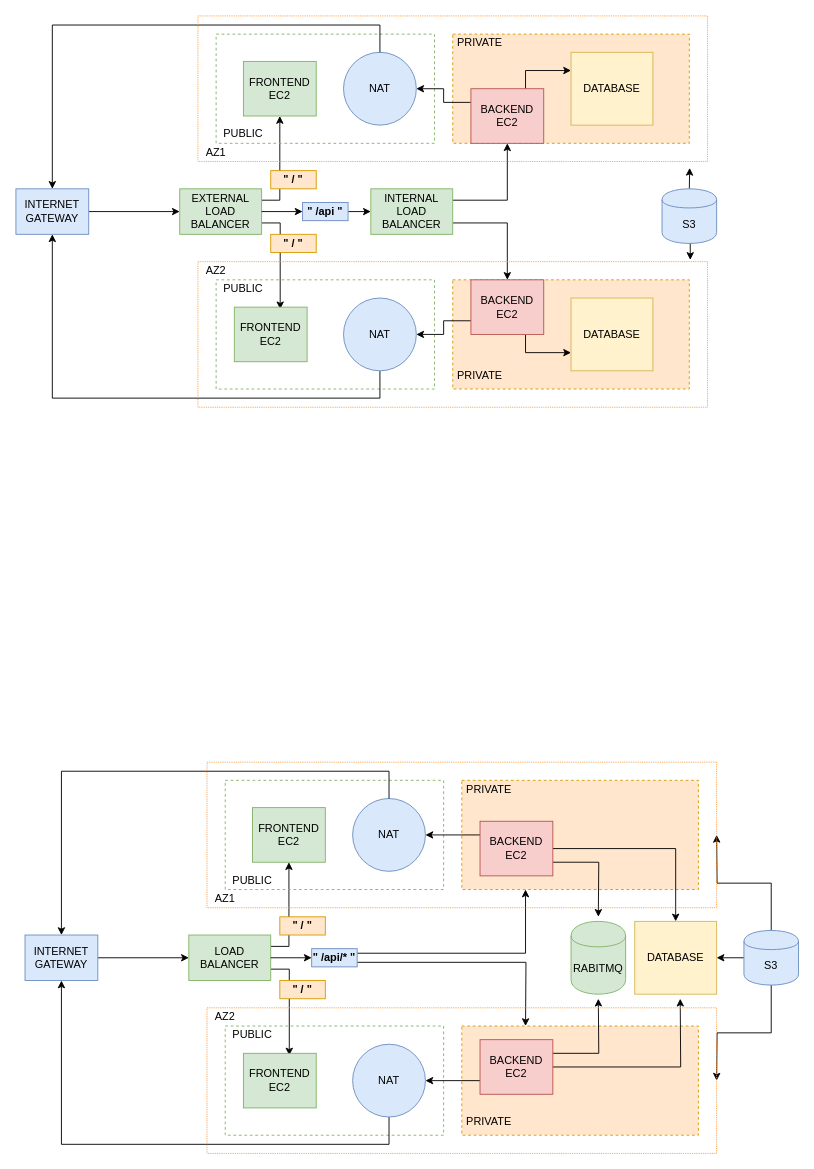
kajol-tiwari/SymtrainArchitecture keeps this draw.io diagram as SymtrainArchitecture2.drawio. Above is the earlier version. Source tidied: cells renumbered, new cells numbered last; positions are measured from the earlier drawing's top-left corner, leaving out a move shared by most shapes. Both pictures are drawn from the tidied source at 91%, with x=0, y=0 at pixel (15, 15).
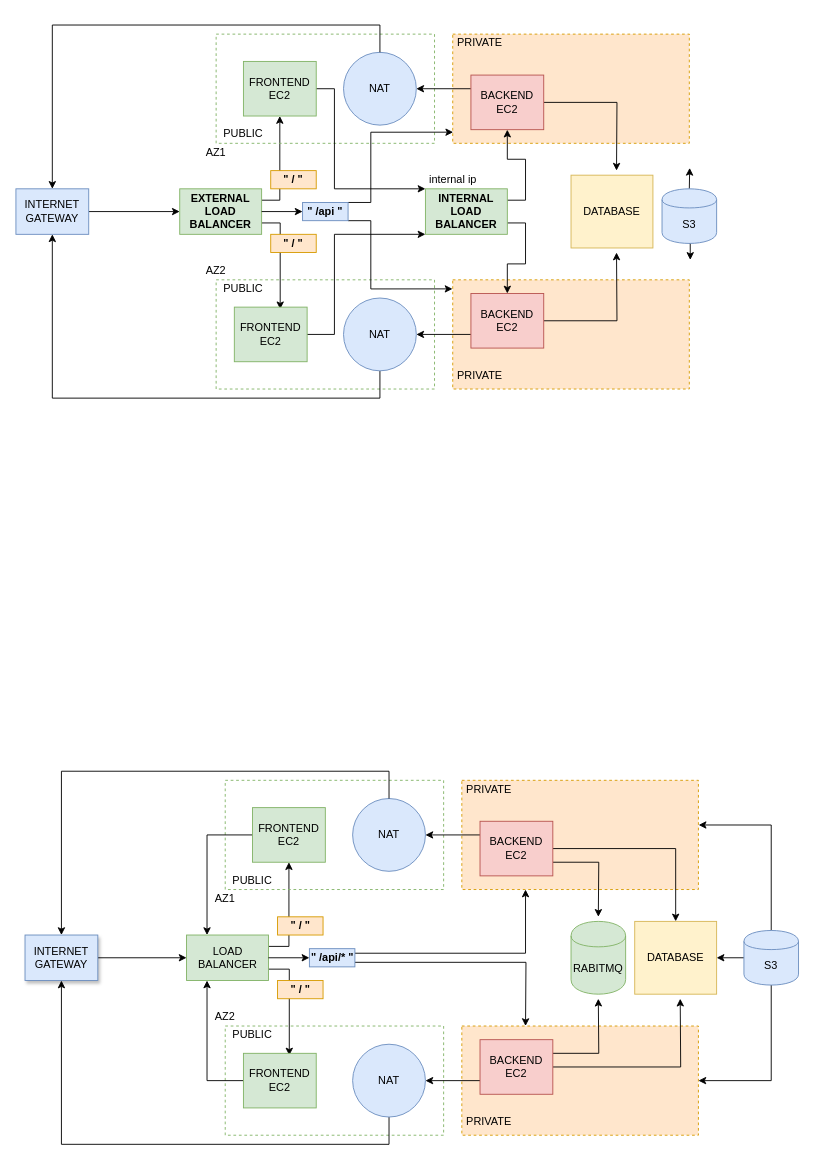
The same diagram, later.

Unchanged cells that the change refers to:
```xml
<mxCell id="10" style="rounded=0;whiteSpace=wrap;html=1;dashed=1;fillColor=#ffe6cc;strokeColor=#d79b00;" parent="1" vertex="1">
  <mxGeometry x="480" y="20" width="260" height="120" as="geometry" />
</mxCell>
<mxCell id="11" value="FRONTEND EC2" style="rounded=0;whiteSpace=wrap;html=1;fillColor=#d5e8d4;strokeColor=#82b366;" parent="1" vertex="1">
  <mxGeometry x="250" y="50" width="80" height="60" as="geometry" />
</mxCell>
<mxCell id="12" value="FRONTEND EC2" style="rounded=0;whiteSpace=wrap;html=1;fillColor=#d5e8d4;strokeColor=#82b366;" parent="1" vertex="1">
  <mxGeometry x="240" y="320" width="80" height="60" as="geometry" />
</mxCell>
<mxCell id="18" style="rounded=0;whiteSpace=wrap;html=1;dashed=1;fillColor=#ffe6cc;strokeColor=#d79b00;" parent="1" vertex="1">
  <mxGeometry x="480" y="290" width="260" height="120" as="geometry" />
</mxCell>
<mxCell id="40" value="&lt;b&gt;&quot; /api &quot;&lt;/b&gt;" style="rounded=0;whiteSpace=wrap;html=1;fillColor=#dae8fc;strokeColor=#6c8ebf;" parent="1" vertex="1">
  <mxGeometry x="315" y="205" width="50" height="20" as="geometry" />
</mxCell>
<mxCell id="51" style="rounded=0;whiteSpace=wrap;html=1;dashed=1;fillColor=#ffe6cc;strokeColor=#d79b00;" parent="1" vertex="1">
  <mxGeometry x="490" y="840" width="260" height="120" as="geometry" />
</mxCell>
<mxCell id="52" value="FRONTEND EC2" style="rounded=0;whiteSpace=wrap;html=1;fillColor=#d5e8d4;strokeColor=#82b366;" parent="1" vertex="1">
  <mxGeometry x="260" y="870" width="80" height="60" as="geometry" />
</mxCell>
<mxCell id="53" value="FRONTEND EC2" style="rounded=0;whiteSpace=wrap;html=1;fillColor=#d5e8d4;strokeColor=#82b366;" parent="1" vertex="1">
  <mxGeometry x="250" y="1140" width="80" height="60" as="geometry" />
</mxCell>
<mxCell id="59" style="rounded=0;whiteSpace=wrap;html=1;dashed=1;fillColor=#ffe6cc;strokeColor=#d79b00;" parent="1" vertex="1">
  <mxGeometry x="490" y="1110" width="260" height="120" as="geometry" />
</mxCell>
<mxCell id="74" value="S3" style="shape=cylinder;whiteSpace=wrap;html=1;boundedLbl=1;backgroundOutline=1;fillColor=#dae8fc;strokeColor=#6c8ebf;" parent="1" vertex="1">
  <mxGeometry x="800" y="1005" width="60" height="60" as="geometry" />
</mxCell>
```

Diff of the diagram source:
```diff
@@
-    <mxCell id="6" style="edgeStyle=orthogonalEdgeStyle;rounded=0;jettySize=auto;html=1;exitX=1;exitY=0.5;exitDx=0;exitDy=0;entryX=0;entryY=0.5;entryDx=0;entryDy=0;" parent="1" edge="1" source="40" target="31">
-      <mxGeometry relative="1" as="geometry" />
-    </mxCell>
-    <mxCell id="7" value="EXTERNAL LOAD BALANCER" style="rounded=0;whiteSpace=wrap;html=1;fillColor=#d5e8d4;strokeColor=#82b366;" parent="1" vertex="1">
+    <mxCell id="7" value="&lt;b&gt;EXTERNAL LOAD BALANCER&lt;/b&gt;" style="rounded=0;whiteSpace=wrap;html=1;fillColor=#d5e8d4;strokeColor=#82b366;" parent="1" vertex="1">
       <mxGeometry x="180" y="190" width="90" height="50" as="geometry" />
     </mxCell>
@@
+    <mxCell id="87" style="edgeStyle=orthogonalEdgeStyle;rounded=0;jettySize=auto;html=1;exitX=1;exitY=0.5;exitDx=0;exitDy=0;entryX=0;entryY=0;entryDx=0;entryDy=0;" parent="1" edge="1" source="11" target="31">
+      <mxGeometry relative="1" as="geometry">
+        <Array as="points">
+          <mxPoint x="350" y="80" />
+          <mxPoint x="350" y="190" />
+        </Array>
+      </mxGeometry>
+    </mxCell>
@@
+    <mxCell id="88" style="edgeStyle=orthogonalEdgeStyle;rounded=0;jettySize=auto;html=1;exitX=1;exitY=0.5;exitDx=0;exitDy=0;entryX=0;entryY=1;entryDx=0;entryDy=0;" parent="1" edge="1" source="12" target="31">
+      <mxGeometry relative="1" as="geometry">
+        <Array as="points">
+          <mxPoint x="350" y="350" />
+          <mxPoint x="350" y="240" />
+        </Array>
+      </mxGeometry>
+    </mxCell>
@@
-    <mxCell id="19" style="edgeStyle=orthogonalEdgeStyle;rounded=0;jettySize=auto;html=1;exitX=0.75;exitY=0;exitDx=0;exitDy=0;entryX=0;entryY=0.25;entryDx=0;entryDy=0;" parent="1" edge="1" source="21" target="27">
-      <mxGeometry relative="1" as="geometry" />
-    </mxCell>
@@
+    <mxCell id="89" style="edgeStyle=orthogonalEdgeStyle;rounded=0;jettySize=auto;html=1;exitX=1;exitY=0.5;exitDx=0;exitDy=0;" parent="1" edge="1" source="21">
+      <mxGeometry relative="1" as="geometry">
+        <mxPoint x="660" y="170" as="targetPoint" />
+      </mxGeometry>
+    </mxCell>
     <mxCell id="21" value="BACKEND&lt;br&gt;EC2" style="rounded=0;whiteSpace=wrap;html=1;fillColor=#f8cecc;strokeColor=#b85450;" parent="1" vertex="1">
-      <mxGeometry x="500" y="80" width="80" height="60" as="geometry" />
+      <mxGeometry x="500" y="65" width="80" height="60" as="geometry" />
     </mxCell>
-    <mxCell id="22" style="edgeStyle=orthogonalEdgeStyle;rounded=0;jettySize=auto;html=1;exitX=0.75;exitY=1;exitDx=0;exitDy=0;entryX=0;entryY=0.75;entryDx=0;entryDy=0;" parent="1" edge="1" source="24" target="28">
-      <mxGeometry relative="1" as="geometry" />
-    </mxCell>
@@
+    <mxCell id="90" style="edgeStyle=orthogonalEdgeStyle;rounded=0;jettySize=auto;html=1;exitX=1;exitY=0.5;exitDx=0;exitDy=0;" parent="1" edge="1" source="24">
+      <mxGeometry relative="1" as="geometry">
+        <mxPoint x="660" y="260" as="targetPoint" />
+      </mxGeometry>
+    </mxCell>
     <mxCell id="24" value="BACKEND&lt;br&gt;EC2" style="rounded=0;whiteSpace=wrap;html=1;fillColor=#f8cecc;strokeColor=#b85450;" parent="1" vertex="1">
-      <mxGeometry x="500" y="290" width="80" height="60" as="geometry" />
+      <mxGeometry x="500" y="305" width="80" height="60" as="geometry" />
     </mxCell>
@@
-    <mxCell id="27" value="DATABASE" style="rounded=0;whiteSpace=wrap;html=1;fillColor=#fff2cc;strokeColor=#d6b656;" parent="1" vertex="1">
-      <mxGeometry x="610" y="40" width="90" height="80" as="geometry" />
-    </mxCell>
-    <mxCell id="28" value="DATABASE" style="rounded=0;whiteSpace=wrap;html=1;fillColor=#fff2cc;strokeColor=#d6b656;" parent="1" vertex="1">
-      <mxGeometry x="610" y="310" width="90" height="80" as="geometry" />
-    </mxCell>
@@
-    <mxCell id="31" value="INTERNAL LOAD BALANCER" style="rounded=0;whiteSpace=wrap;html=1;fillColor=#d5e8d4;strokeColor=#82b366;" parent="1" vertex="1">
-      <mxGeometry x="390" y="190" width="90" height="50" as="geometry" />
+    <mxCell id="31" value="&lt;b&gt;INTERNAL LOAD BALANCER&lt;/b&gt;" style="rounded=0;whiteSpace=wrap;html=1;fillColor=#d5e8d4;strokeColor=#82b366;" parent="1" vertex="1">
+      <mxGeometry x="450" y="190" width="90" height="50" as="geometry" />
     </mxCell>
@@
+    <mxCell id="91" style="edgeStyle=orthogonalEdgeStyle;rounded=0;jettySize=auto;html=1;exitX=1;exitY=0;exitDx=0;exitDy=0;entryX=0.002;entryY=0.898;entryDx=0;entryDy=0;entryPerimeter=0;" parent="1" edge="1" source="40" target="10">
+      <mxGeometry relative="1" as="geometry">
+        <Array as="points">
+          <mxPoint x="390" y="205" />
+          <mxPoint x="390" y="128" />
+        </Array>
+      </mxGeometry>
+    </mxCell>
+    <mxCell id="92" style="edgeStyle=orthogonalEdgeStyle;rounded=0;jettySize=auto;html=1;exitX=1;exitY=1;exitDx=0;exitDy=0;entryX=-0.001;entryY=0.083;entryDx=0;entryDy=0;entryPerimeter=0;" parent="1" edge="1" source="40" target="18">
+      <mxGeometry relative="1" as="geometry">
+        <Array as="points">
+          <mxPoint x="390" y="225" />
+          <mxPoint x="390" y="300" />
+        </Array>
+      </mxGeometry>
+    </mxCell>
@@
-    <mxCell id="42" style="rounded=0;whiteSpace=wrap;html=1;fillColor=none;dashed=1;dashPattern=1 1;strokeColor=#FF9933;" parent="1" vertex="1">
-      <mxGeometry x="200" width="560" height="160" as="geometry" />
-    </mxCell>
-    <mxCell id="43" style="rounded=0;whiteSpace=wrap;html=1;fillColor=none;dashed=1;dashPattern=1 1;strokeColor=#FF9933;" parent="1" vertex="1">
-      <mxGeometry x="200" y="270" width="560" height="160" as="geometry" />
-    </mxCell>
@@
-    <mxCell id="45" value="INTERNET GATEWAY" style="rounded=0;whiteSpace=wrap;html=1;fillColor=#dae8fc;strokeColor=#6c8ebf;" parent="1" vertex="1">
+    <mxCell id="45" value="INTERNET GATEWAY" style="rounded=0;whiteSpace=wrap;html=1;fillColor=#dae8fc;strokeColor=#6c8ebf;shadow=1;" parent="1" vertex="1">
       <mxGeometry x="10" y="1010" width="80" height="50" as="geometry" />
     </mxCell>
@@
     <mxCell id="48" value="LOAD BALANCER" style="rounded=0;whiteSpace=wrap;html=1;fillColor=#d5e8d4;strokeColor=#82b366;" parent="1" vertex="1">
-      <mxGeometry x="190" y="1010" width="90" height="50" as="geometry" />
+      <mxGeometry x="187.5" y="1010" width="90" height="50" as="geometry" />
     </mxCell>
@@
+    <mxCell id="93" style="edgeStyle=orthogonalEdgeStyle;rounded=0;jettySize=auto;html=1;exitX=0;exitY=0.5;exitDx=0;exitDy=0;entryX=0.25;entryY=0;entryDx=0;entryDy=0;" parent="1" edge="1" source="52" target="48">
+      <mxGeometry relative="1" as="geometry" />
+    </mxCell>
@@
+    <mxCell id="94" style="edgeStyle=orthogonalEdgeStyle;rounded=0;jettySize=auto;html=1;exitX=0;exitY=0.5;exitDx=0;exitDy=0;entryX=0.25;entryY=1;entryDx=0;entryDy=0;" parent="1" edge="1" source="53" target="48">
+      <mxGeometry relative="1" as="geometry" />
+    </mxCell>
@@
-    <mxCell id="72" style="edgeStyle=orthogonalEdgeStyle;rounded=0;jettySize=auto;html=1;exitX=0.5;exitY=0;exitDx=0;exitDy=0;entryX=1;entryY=0.5;entryDx=0;entryDy=0;" parent="1" edge="1" source="74">
-      <mxGeometry relative="1" as="geometry">
-        <mxPoint x="770" y="900" as="targetPoint" />
-      </mxGeometry>
-    </mxCell>
-    <mxCell id="73" style="edgeStyle=orthogonalEdgeStyle;rounded=0;jettySize=auto;html=1;exitX=0.5;exitY=1;exitDx=0;exitDy=0;entryX=1;entryY=0.5;entryDx=0;entryDy=0;" parent="1" edge="1" source="74">
-      <mxGeometry relative="1" as="geometry">
-        <mxPoint x="770" y="1170" as="targetPoint" />
-      </mxGeometry>
-    </mxCell>
+    <mxCell id="95" style="edgeStyle=orthogonalEdgeStyle;rounded=0;jettySize=auto;html=1;exitX=0.5;exitY=0;exitDx=0;exitDy=0;entryX=1.001;entryY=0.409;entryDx=0;entryDy=0;entryPerimeter=0;" parent="1" edge="1" source="74" target="51">
+      <mxGeometry relative="1" as="geometry" />
+    </mxCell>
+    <mxCell id="96" style="edgeStyle=orthogonalEdgeStyle;rounded=0;jettySize=auto;html=1;exitX=0.5;exitY=1;exitDx=0;exitDy=0;entryX=1;entryY=0.5;entryDx=0;entryDy=0;" parent="1" edge="1" source="74" target="59">
+      <mxGeometry relative="1" as="geometry" />
+    </mxCell>
@@
     <mxCell id="78" value="&lt;b&gt;&quot; / &quot;&lt;/b&gt;" style="rounded=0;whiteSpace=wrap;html=1;fillColor=#ffe6cc;strokeColor=#d79b00;" parent="1" vertex="1">
-      <mxGeometry x="290" y="990" width="50" height="20" as="geometry" />
+      <mxGeometry x="287.5" y="990" width="50" height="20" as="geometry" />
     </mxCell>
     <mxCell id="79" value="&lt;b&gt;&quot; / &quot;&lt;/b&gt;" style="rounded=0;whiteSpace=wrap;html=1;fillColor=#ffe6cc;strokeColor=#d79b00;" parent="1" vertex="1">
-      <mxGeometry x="290" y="1060" width="50" height="20" as="geometry" />
+      <mxGeometry x="287.5" y="1060" width="50" height="20" as="geometry" />
     </mxCell>
@@
     <mxCell id="82" value="&lt;b&gt;&quot; /api/* &quot;&lt;/b&gt;" style="rounded=0;whiteSpace=wrap;html=1;fillColor=#dae8fc;strokeColor=#6c8ebf;" parent="1" vertex="1">
-      <mxGeometry x="325" y="1025" width="50" height="20" as="geometry" />
+      <mxGeometry x="322.5" y="1025" width="50" height="20" as="geometry" />
     </mxCell>
@@
-    <mxCell id="85" style="rounded=0;whiteSpace=wrap;html=1;fillColor=none;dashed=1;dashPattern=1 1;strokeColor=#FF9933;" parent="1" vertex="1">
-      <mxGeometry x="210" y="820" width="560" height="160" as="geometry" />
-    </mxCell>
-    <mxCell id="86" style="rounded=0;whiteSpace=wrap;html=1;fillColor=none;dashed=1;dashPattern=1 1;strokeColor=#FF9933;" parent="1" vertex="1">
-      <mxGeometry x="210" y="1090" width="560" height="160" as="geometry" />
-    </mxCell>
+    <mxCell id="97" value="DATABASE" style="rounded=0;whiteSpace=wrap;html=1;fillColor=#fff2cc;strokeColor=#d6b656;" parent="1" vertex="1">
+      <mxGeometry x="610" y="175" width="90" height="80" as="geometry" />
+    </mxCell>
+    <mxCell id="98" value="internal ip" style="text;html=1;align=center;verticalAlign=middle;" parent="1" vertex="1">
+      <mxGeometry x="445" y="170" width="70" height="20" as="geometry" />
+    </mxCell>
```
